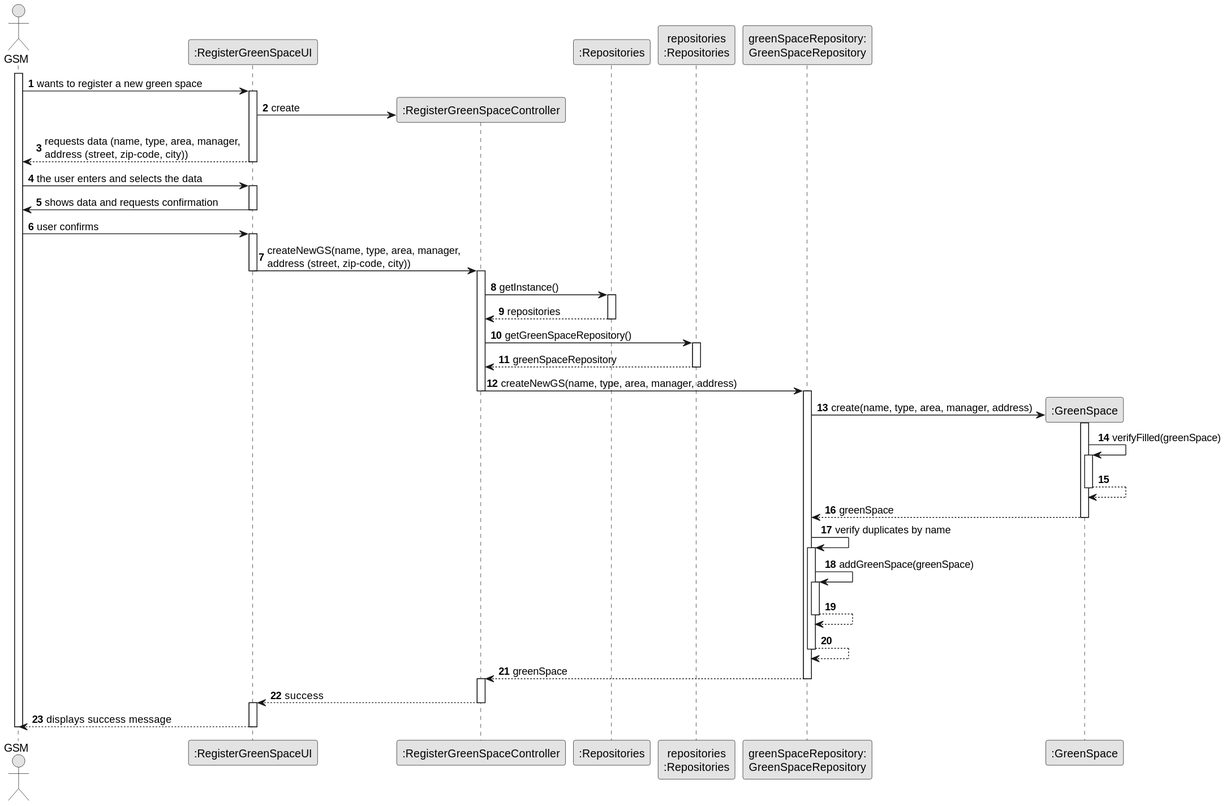
Earlier version of the PlantUML export docs/sprintC/us020/03.design/svg/us020-sequence-diagram-full.svg (ricardomm7/leaflink).
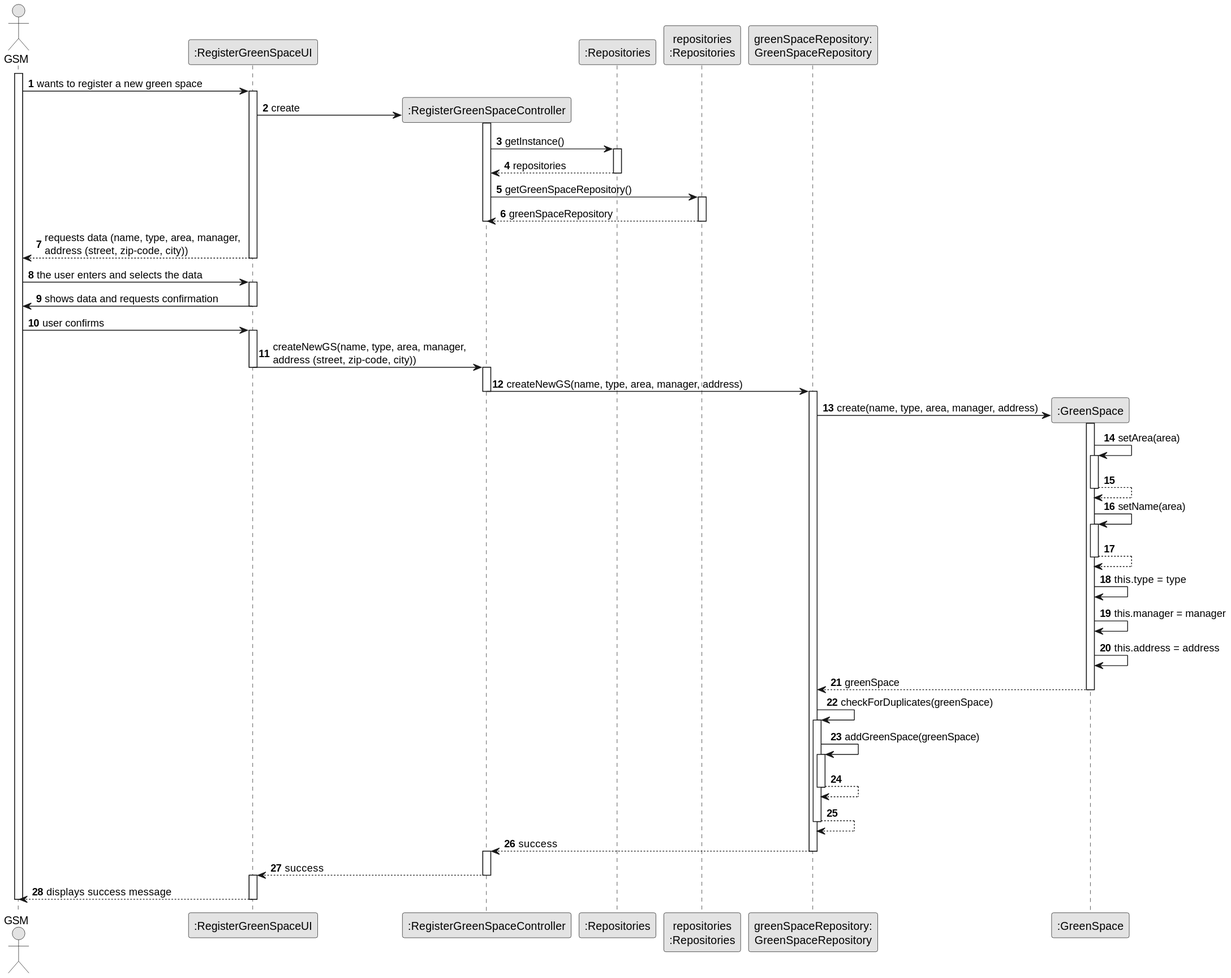
After the change.

Diff of the diagram source:
```diff
@@ -20,7 +20,16 @@
     activate UI
 
         UI -> CTRL** : create
-
+activate CTRL
+CTRL -> RepositorySingleton : getInstance()
+activate RepositorySingleton
+RepositorySingleton --> CTRL : repositories
+deactivate RepositorySingleton
+CTRL -> PLAT : getGreenSpaceRepository()
+activate PLAT
+PLAT -->  CTRL: greenSpaceRepository
+deactivate PLAT
+deactivate CTRL
         UI --> GSM : requests data (name, type, area, manager, \naddress (street, zip-code, city))
         deactivate UI
 GSM -> UI : the user enters and selects the data
@@ -32,26 +41,30 @@
 UI -> CTRL : createNewGS(name, type, area, manager, \naddress (street, zip-code, city))
 deactivate UI
 activate CTRL
-CTRL -> RepositorySingleton : getInstance()
-activate RepositorySingleton
-RepositorySingleton --> CTRL : repositories
-deactivate RepositorySingleton
-CTRL -> PLAT : getGreenSpaceRepository()
-activate PLAT
-PLAT -->  CTRL: greenSpaceRepository
-deactivate PLAT
 CTRL -> gsrepo : createNewGS(name, type, area, manager, address)
 deactivate CTRL
 activate gsrepo
 gsrepo -> GS** : create(name, type, area, manager, address)
+
 activate GS
-GS -> GS : verifyFilled(greenSpace)
+GS -> GS : setArea(area)
 activate GS
-GS--> GS
+GS --> GS
 deactivate GS
+
+GS -> GS : setName(area)
+activate GS
+GS --> GS
+deactivate GS
+
+GS -> GS : this.type = type
+
+GS -> GS : this.manager = manager
+GS -> GS : this.address = address
+
 GS --> gsrepo : greenSpace
 deactivate GS
-gsrepo -> gsrepo : verify duplicates by name
+gsrepo -> gsrepo : checkForDuplicates(greenSpace)
 activate gsrepo
 gsrepo -> gsrepo : addGreenSpace(greenSpace)
 activate gsrepo
@@ -59,7 +72,7 @@
 deactivate gsrepo
 gsrepo-->gsrepo
 deactivate gsrepo
-gsrepo --> CTRL : greenSpace
+gsrepo --> CTRL : success
 deactivate gsrepo
 activate CTRL
 CTRL --> UI : success
```
